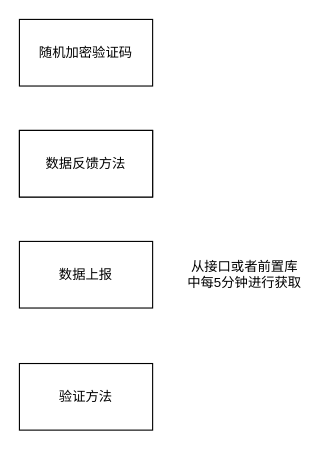
The draw.io diagram source/传染病监测方案流程.drawio in SmileCJX/processon, before the edit. Source tidied: cells renumbered, new cells numbered last; positions are measured from the earlier drawing's top-left corner, leaving out a move shared by most shapes. Both pictures are drawn from the tidied source at 111%, with x=0, y=0 at pixel (19, 19).
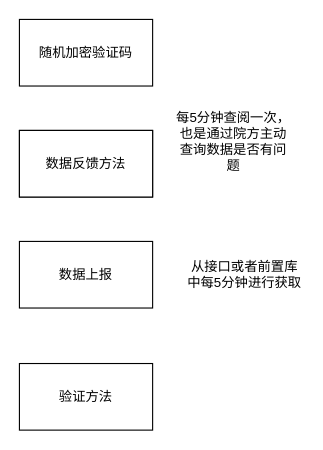
Above is the later version.

Commit message (it also covers changes not shown here):
更新传染病监测方案流程.drawio

Change to the diagram source:
```diff
@@
 <mxGraphModel>
   <root>
     <mxCell id="0" />
     <mxCell id="1" parent="0" />
     <mxCell id="2" value="随机加密验证码" style="rounded=0;whiteSpace=wrap;html=1;" parent="1" vertex="1">
       <mxGeometry width="120" height="60" as="geometry" />
     </mxCell>
     <mxCell id="3" value="数据反馈方法" style="rounded=0;whiteSpace=wrap;html=1;" parent="1" vertex="1">
       <mxGeometry y="100" width="120" height="60" as="geometry" />
     </mxCell>
     <mxCell id="4" value="数据反馈方法" style="rounded=0;whiteSpace=wrap;html=1;" parent="1" vertex="1">
       <mxGeometry y="100" width="120" height="60" as="geometry" />
     </mxCell>
     <mxCell id="5" value="数据上报" style="rounded=0;whiteSpace=wrap;html=1;" parent="1" vertex="1">
       <mxGeometry y="200" width="120" height="60" as="geometry" />
     </mxCell>
     <mxCell id="6" value="验证方法" style="rounded=0;whiteSpace=wrap;html=1;" parent="1" vertex="1">
       <mxGeometry y="310" width="120" height="60" as="geometry" />
     </mxCell>
     <mxCell id="7" value="从接口或者前置库中每5分钟进行获取" style="text;html=1;strokeColor=none;fillColor=none;align=center;verticalAlign=middle;whiteSpace=wrap;rounded=0;" parent="1" vertex="1">
       <mxGeometry x="150" y="220" width="106" height="20" as="geometry" />
     </mxCell>
+    <mxCell id="8" value="每5分钟查阅一次，也是通过院方主动查询数据是否有问题" style="text;html=1;strokeColor=none;fillColor=none;align=center;verticalAlign=middle;whiteSpace=wrap;rounded=0;" parent="1" vertex="1">
+      <mxGeometry x="140" y="100" width="106" height="20" as="geometry" />
+    </mxCell>
   </root>
 </mxGraphModel>
```
